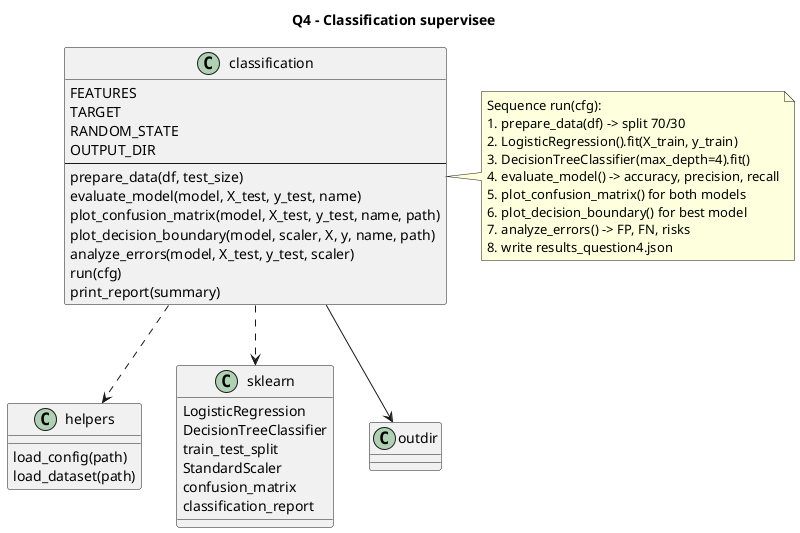
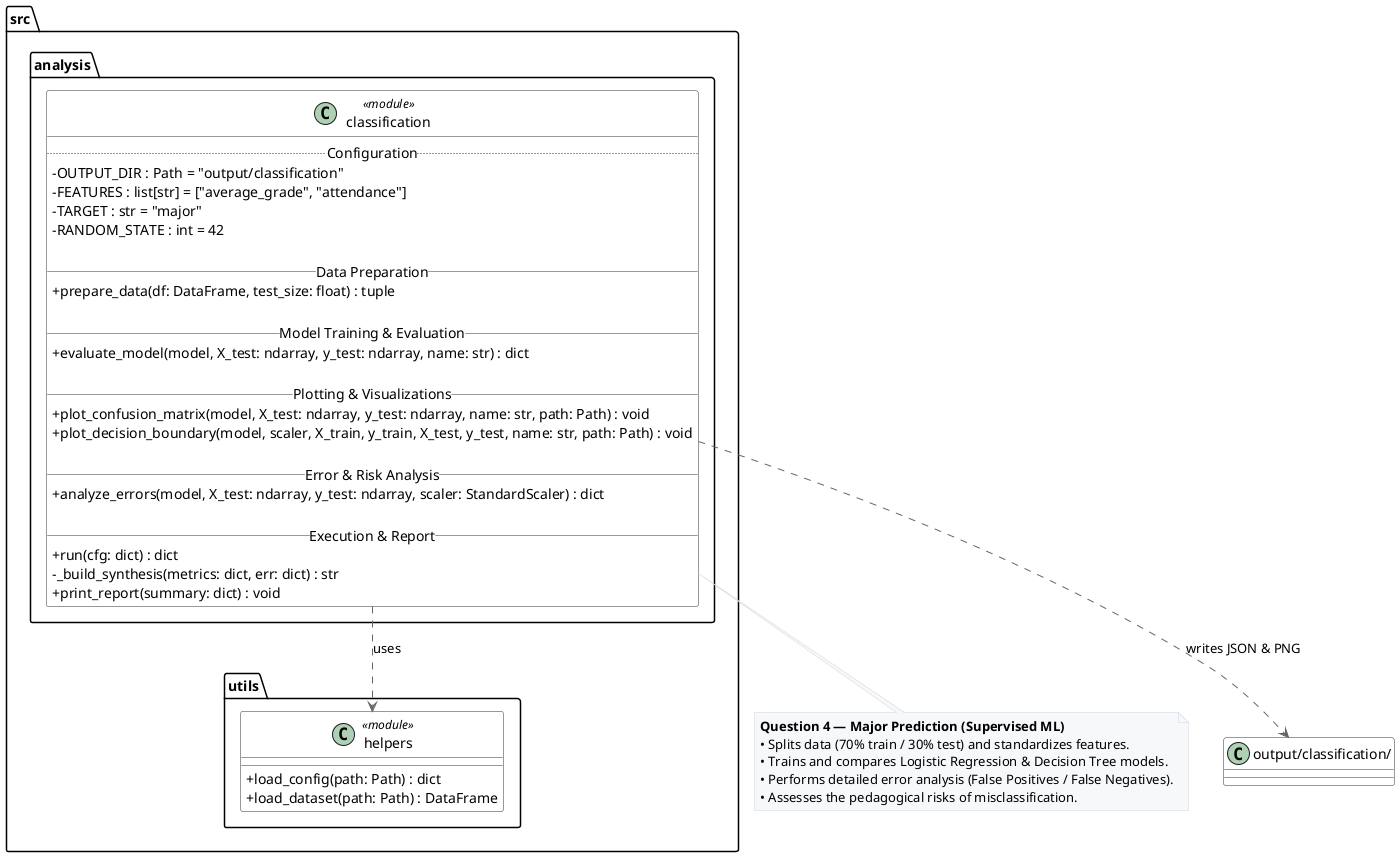
- @startuml
+ @startuml classification_class
+ 
+ ' Design adjustments for high readability
+ skinparam classAttributeIconSize 0
skinparam shadowing false
- 
- title Q4 - Classification supervisee
- 
- class classification {
- FEATURES
- TARGET
- RANDOM_STATE
- OUTPUT_DIR
- --
- prepare_data(df, test_size)
- evaluate_model(model, X_test, y_test, name)
- plot_confusion_matrix(model, X_test, y_test, name, path)
- plot_decision_boundary(model, scaler, X, y, name, path)
- analyze_errors(model, X_test, y_test, scaler)
- run(cfg)
- print_report(summary)
+ skinparam class {
+     BackgroundColor White
+     BorderColor #333333
+     ArrowColor #666666
+ }
+ skinparam note {
+     BackgroundColor #F6F8FA
+     BorderColor #D1D5DB
}

- class helpers {
- load_config(path)
- load_dataset(path)
+ package src.utils {
+     class helpers <<module>> {
+         + load_config(path: Path) : dict
+         + load_dataset(path: Path) : DataFrame
+     }
}

- class sklearn {
- LogisticRegression
- DecisionTreeClassifier
- train_test_split
- StandardScaler
- confusion_matrix
- classification_report
+ package src.analysis {
+     class classification <<module>> {
+         .. Configuration ..
+         - OUTPUT_DIR : Path = "output/classification"
+         - FEATURES : list[str] = ["average_grade", "attendance"]
+         - TARGET : str = "major"
+         - RANDOM_STATE : int = 42
+ 
+         __ Data Preparation __
+         + prepare_data(df: DataFrame, test_size: float) : tuple
+ 
+         __ Model Training & Evaluation __
+         + evaluate_model(model, X_test: ndarray, y_test: ndarray, name: str) : dict
+ 
+         __ Plotting & Visualizations __
+         + plot_confusion_matrix(model, X_test: ndarray, y_test: ndarray, name: str, path: Path) : void
+         + plot_decision_boundary(model, scaler, X_train, y_train, X_test, y_test, name: str, path: Path) : void
+ 
+         __ Error & Risk Analysis __
+         + analyze_errors(model, X_test: ndarray, y_test: ndarray, scaler: StandardScaler) : dict
+ 
+         __ Execution & Report __
+         + run(cfg: dict) : dict
+         - _build_synthesis(metrics: dict, err: dict) : str
+         + print_report(summary: dict) : void
+     }
}

- class outdir
- 
- classification ..> helpers
- classification ..> sklearn
- classification --> outdir
- 
- note right of classification
-   Sequence run(cfg):
-   1. prepare_data(df) -> split 70/30
-   2. LogisticRegression().fit(X_train, y_train)
-   3. DecisionTreeClassifier(max_depth=4).fit()
-   4. evaluate_model() -> accuracy, precision, recall
-   5. plot_confusion_matrix() for both models
-   6. plot_decision_boundary() for best model
-   7. analyze_errors() -> FP, FN, risks
-   8. write results_question4.json
+ note bottom of classification
+   <b>Question 4 — Major Prediction (Supervised ML)</b>
+   • Splits data (70% train / 30% test) and standardizes features.
+   • Trains and compares Logistic Regression & Decision Tree models.
+   • Performs detailed error analysis (False Positives / False Negatives).
+   • Assesses the pedagogical risks of misclassification.
end note

+ classification ..> helpers : uses
+ classification ..> "output/classification/" : writes JSON & PNG
+ 
@enduml
